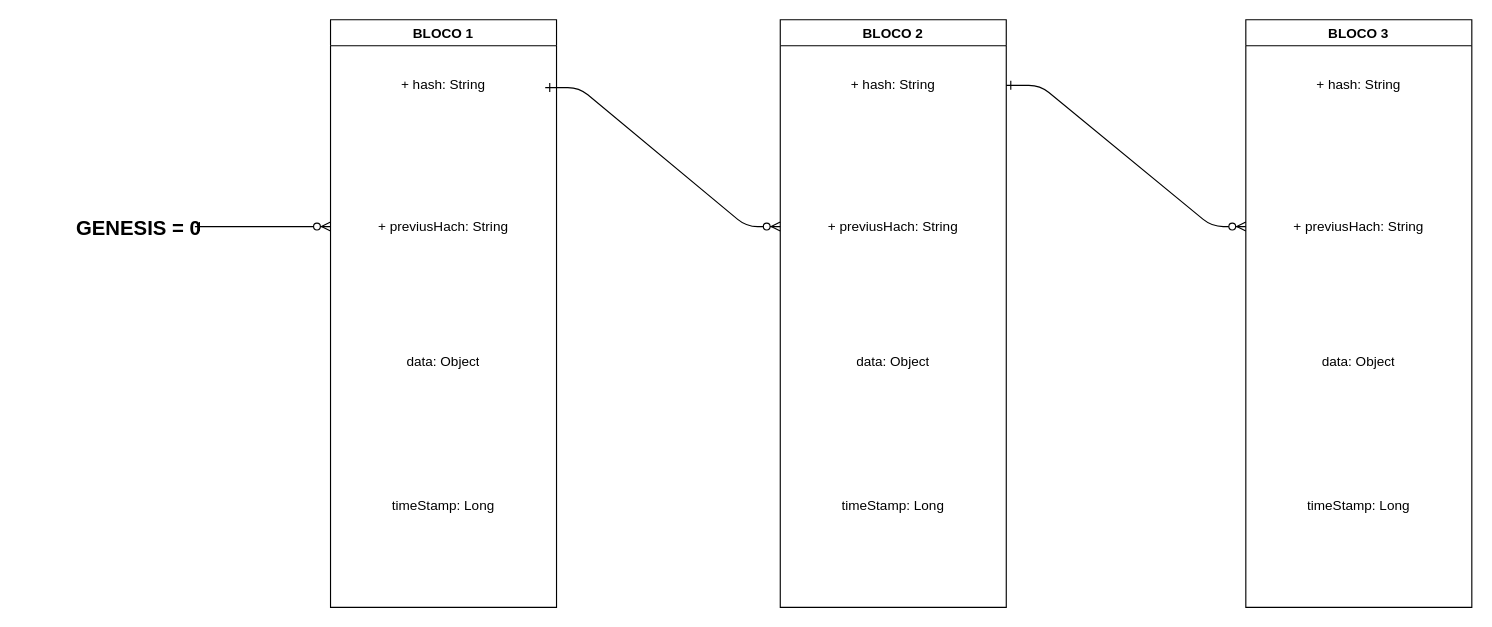
gbyteinfo/Blockchain keeps this draw.io diagram as diagrams/Blockchain.drawio. Above is the earlier version. Source tidied: cells renumbered, new cells numbered last; positions are measured from the earlier drawing's top-left corner, leaving out a move shared by most shapes. Both pictures are drawn from the tidied source at 113%, with x=0, y=0 at pixel (81, 19).
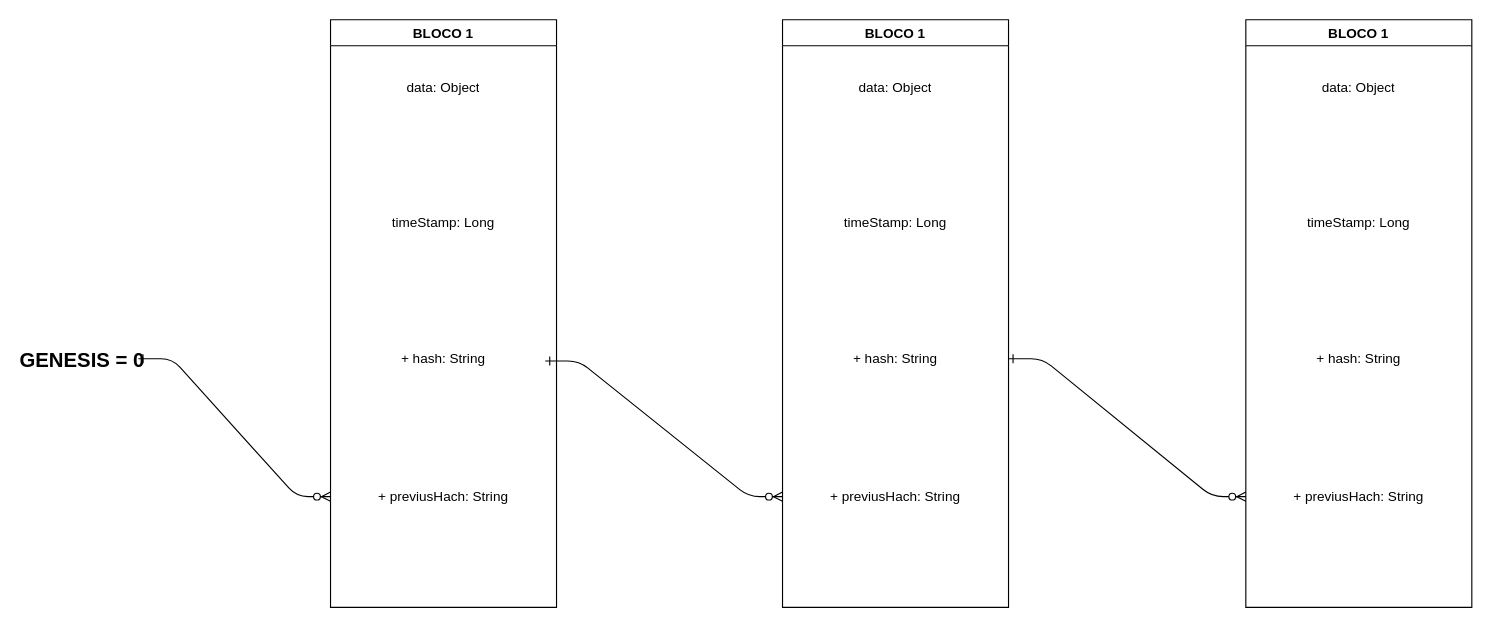
The same page after the edit.

The change refers to these unchanged cells:
```xml
<mxCell id="3" value="BLOCO 1" style="swimlane;" parent="1" vertex="1">
  <mxGeometry x="220" width="200" height="520" as="geometry" />
</mxCell>
```

The edit, as a diff of the source:
```diff
@@
-    <mxCell id="2" style="edgeStyle=entityRelationEdgeStyle;endArrow=ERzeroToMany;startArrow=ERone;endFill=1;startFill=0;exitX=0.95;exitY=0.6;exitDx=0;exitDy=0;exitPerimeter=0;" parent="1" edge="1" source="4" target="11">
+    <mxCell id="2" style="edgeStyle=entityRelationEdgeStyle;endArrow=ERzeroToMany;startArrow=ERone;endFill=1;startFill=0;exitX=0.95;exitY=0.6;exitDx=0;exitDy=0;exitPerimeter=0;" parent="1" edge="1" source="4" target="24">
       <mxGeometry relative="1" as="geometry" />
     </mxCell>
@@
     <mxCell id="4" value="+ hash: String" style="text;html=1;strokeColor=none;fillColor=none;align=center;verticalAlign=middle;whiteSpace=wrap;overflow=hidden;" parent="3" vertex="1">
-      <mxGeometry y="48" width="200" height="20" as="geometry" />
+      <mxGeometry y="290" width="200" height="20" as="geometry" />
     </mxCell>
     <mxCell id="5" value="data: Object" style="text;html=1;strokeColor=none;fillColor=none;align=center;verticalAlign=middle;whiteSpace=wrap;overflow=hidden;" parent="3" vertex="1">
-      <mxGeometry y="293" width="200" height="20" as="geometry" />
+      <mxGeometry y="50" width="200" height="20" as="geometry" />
     </mxCell>
     <mxCell id="6" value="+ previusHach: String" style="text;html=1;strokeColor=none;fillColor=none;align=center;verticalAlign=middle;whiteSpace=wrap;overflow=hidden;" parent="3" vertex="1">
-      <mxGeometry y="173" width="200" height="20" as="geometry" />
+      <mxGeometry y="412" width="200" height="20" as="geometry" />
     </mxCell>
     <mxCell id="7" value="timeStamp: Long" style="text;html=1;strokeColor=none;fillColor=none;align=center;verticalAlign=middle;whiteSpace=wrap;overflow=hidden;" parent="3" vertex="1">
-      <mxGeometry y="420" width="200" height="20" as="geometry" />
+      <mxGeometry y="170" width="200" height="20" as="geometry" />
     </mxCell>
-    <mxCell id="8" value="BLOCO 2" style="swimlane;" parent="1" vertex="1">
-      <mxGeometry x="618" width="200" height="520" as="geometry" />
-    </mxCell>
-    <mxCell id="9" value="+ hash: String" style="text;html=1;strokeColor=none;fillColor=none;align=center;verticalAlign=middle;whiteSpace=wrap;overflow=hidden;" parent="8" vertex="1">
-      <mxGeometry y="48" width="200" height="20" as="geometry" />
-    </mxCell>
-    <mxCell id="10" value="data: Object" style="text;html=1;strokeColor=none;fillColor=none;align=center;verticalAlign=middle;whiteSpace=wrap;overflow=hidden;" parent="8" vertex="1">
-      <mxGeometry y="293" width="200" height="20" as="geometry" />
-    </mxCell>
-    <mxCell id="11" value="+ previusHach: String" style="text;html=1;strokeColor=none;fillColor=none;align=center;verticalAlign=middle;whiteSpace=wrap;overflow=hidden;" parent="8" vertex="1">
-      <mxGeometry y="173" width="200" height="20" as="geometry" />
-    </mxCell>
-    <mxCell id="12" value="timeStamp: Long" style="text;html=1;strokeColor=none;fillColor=none;align=center;verticalAlign=middle;whiteSpace=wrap;overflow=hidden;" parent="8" vertex="1">
-      <mxGeometry y="420" width="200" height="20" as="geometry" />
-    </mxCell>
-    <mxCell id="13" value="BLOCO 3" style="swimlane;" parent="1" vertex="1">
-      <mxGeometry x="1030" width="200" height="520" as="geometry" />
-    </mxCell>
-    <mxCell id="14" value="+ hash: String" style="text;html=1;strokeColor=none;fillColor=none;align=center;verticalAlign=middle;whiteSpace=wrap;overflow=hidden;" parent="13" vertex="1">
-      <mxGeometry y="48" width="200" height="20" as="geometry" />
-    </mxCell>
-    <mxCell id="15" value="data: Object" style="text;html=1;strokeColor=none;fillColor=none;align=center;verticalAlign=middle;whiteSpace=wrap;overflow=hidden;" parent="13" vertex="1">
-      <mxGeometry y="293" width="200" height="20" as="geometry" />
-    </mxCell>
-    <mxCell id="16" value="+ previusHach: String" style="text;html=1;strokeColor=none;fillColor=none;align=center;verticalAlign=middle;whiteSpace=wrap;overflow=hidden;" parent="13" vertex="1">
-      <mxGeometry y="173" width="200" height="20" as="geometry" />
-    </mxCell>
-    <mxCell id="17" value="timeStamp: Long" style="text;html=1;strokeColor=none;fillColor=none;align=center;verticalAlign=middle;whiteSpace=wrap;overflow=hidden;" parent="13" vertex="1">
-      <mxGeometry y="420" width="200" height="20" as="geometry" />
-    </mxCell>
-    <mxCell id="18" style="edgeStyle=entityRelationEdgeStyle;endArrow=ERzeroToMany;startArrow=ERone;endFill=1;startFill=0;" parent="1" edge="1" source="9" target="16">
+    <mxCell id="18" style="edgeStyle=entityRelationEdgeStyle;endArrow=ERzeroToMany;startArrow=ERone;endFill=1;startFill=0;" parent="1" edge="1" source="22" target="29">
       <mxGeometry relative="1" as="geometry" />
     </mxCell>
@@
     <mxCell id="20" value="&lt;font style=&quot;font-size: 18px&quot;&gt;GENESIS = 0&lt;/font&gt;" style="text;strokeColor=none;fillColor=none;html=1;fontSize=24;fontStyle=1;verticalAlign=middle;align=center;" parent="1" vertex="1">
-      <mxGeometry y="163" width="100" height="40" as="geometry" />
+      <mxGeometry x="-50" y="280" width="100" height="40" as="geometry" />
     </mxCell>
+    <mxCell id="21" value="BLOCO 1" style="swimlane;" parent="1" vertex="1">
+      <mxGeometry x="620" width="200" height="520" as="geometry" />
+    </mxCell>
+    <mxCell id="22" value="+ hash: String" style="text;html=1;strokeColor=none;fillColor=none;align=center;verticalAlign=middle;whiteSpace=wrap;overflow=hidden;" parent="21" vertex="1">
+      <mxGeometry y="290" width="200" height="20" as="geometry" />
+    </mxCell>
+    <mxCell id="23" value="data: Object" style="text;html=1;strokeColor=none;fillColor=none;align=center;verticalAlign=middle;whiteSpace=wrap;overflow=hidden;" parent="21" vertex="1">
+      <mxGeometry y="50" width="200" height="20" as="geometry" />
+    </mxCell>
+    <mxCell id="24" value="+ previusHach: String" style="text;html=1;strokeColor=none;fillColor=none;align=center;verticalAlign=middle;whiteSpace=wrap;overflow=hidden;" parent="21" vertex="1">
+      <mxGeometry y="412" width="200" height="20" as="geometry" />
+    </mxCell>
+    <mxCell id="25" value="timeStamp: Long" style="text;html=1;strokeColor=none;fillColor=none;align=center;verticalAlign=middle;whiteSpace=wrap;overflow=hidden;" parent="21" vertex="1">
+      <mxGeometry y="170" width="200" height="20" as="geometry" />
+    </mxCell>
+    <mxCell id="26" value="BLOCO 1" style="swimlane;" parent="1" vertex="1">
+      <mxGeometry x="1030" width="200" height="520" as="geometry" />
+    </mxCell>
+    <mxCell id="27" value="+ hash: String" style="text;html=1;strokeColor=none;fillColor=none;align=center;verticalAlign=middle;whiteSpace=wrap;overflow=hidden;" parent="26" vertex="1">
+      <mxGeometry y="290" width="200" height="20" as="geometry" />
+    </mxCell>
+    <mxCell id="28" value="data: Object" style="text;html=1;strokeColor=none;fillColor=none;align=center;verticalAlign=middle;whiteSpace=wrap;overflow=hidden;" parent="26" vertex="1">
+      <mxGeometry y="50" width="200" height="20" as="geometry" />
+    </mxCell>
+    <mxCell id="29" value="+ previusHach: String" style="text;html=1;strokeColor=none;fillColor=none;align=center;verticalAlign=middle;whiteSpace=wrap;overflow=hidden;" parent="26" vertex="1">
+      <mxGeometry y="412" width="200" height="20" as="geometry" />
+    </mxCell>
+    <mxCell id="30" value="timeStamp: Long" style="text;html=1;strokeColor=none;fillColor=none;align=center;verticalAlign=middle;whiteSpace=wrap;overflow=hidden;" parent="26" vertex="1">
+      <mxGeometry y="170" width="200" height="20" as="geometry" />
+    </mxCell>
```
